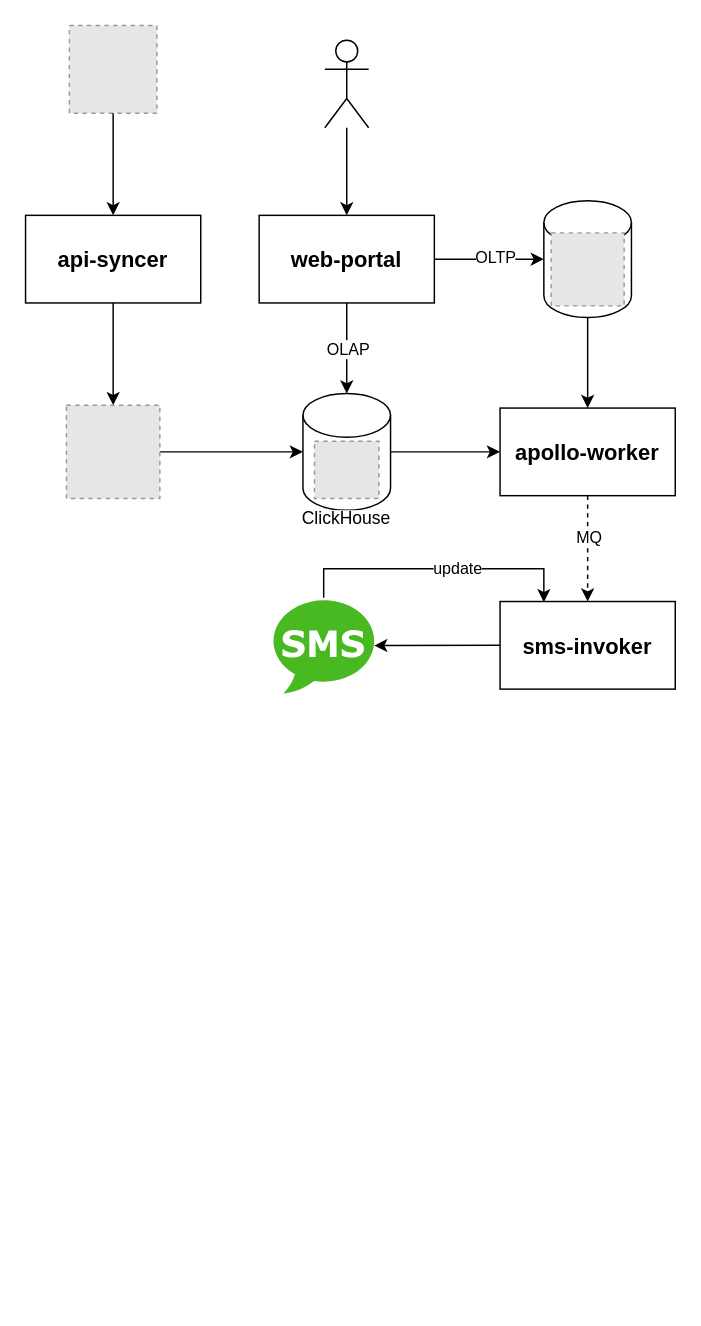
The draw.io diagram apollo.drawio in DouTiao-Tech/apollo-marketing, before the edit. Source tidied: cells renumbered, new cells numbered last; positions are measured from the earlier drawing's top-left corner, leaving out a move shared by most shapes. Both pictures are drawn from the tidied source at 146%, with x=0, y=0 at pixel (25, 25). Pictures stored in the file or linked from it are replaced by grey dashed boxes.
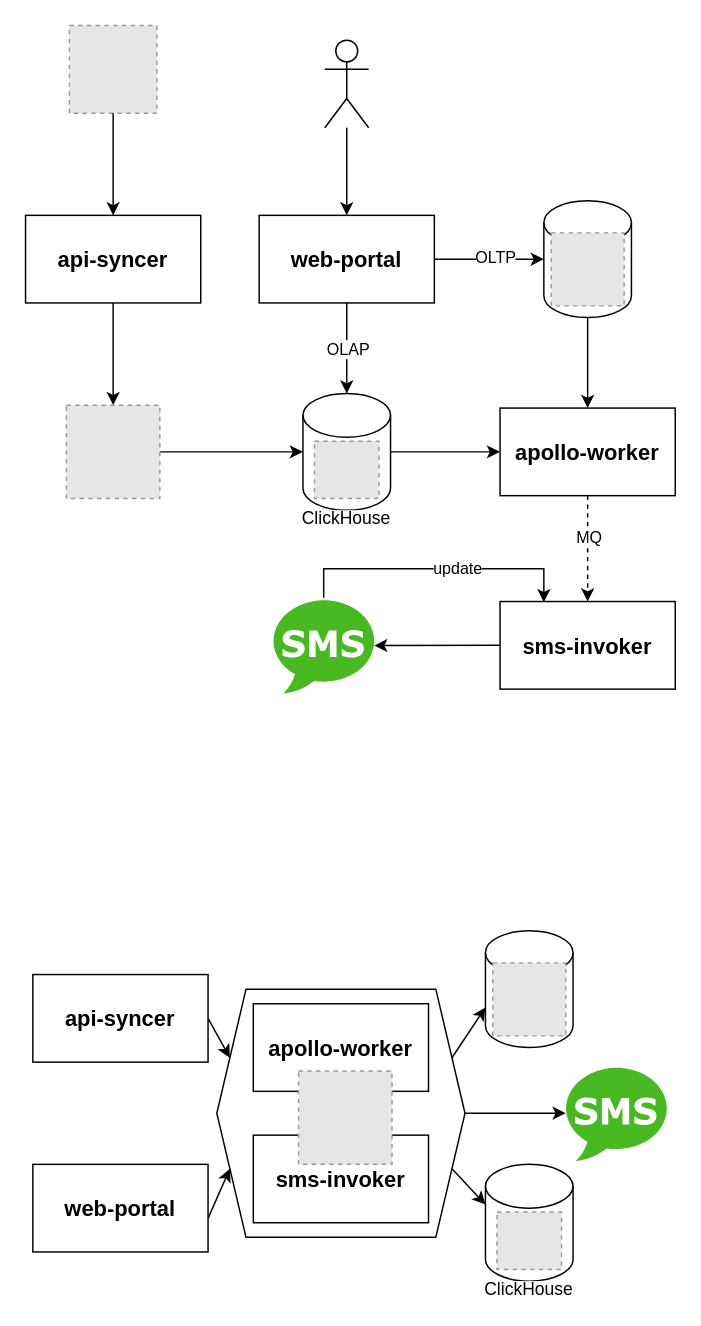
The same page after the edit.

What changed in the source:
```diff
@@
+    <mxCell id="29" style="edgeStyle=none;rounded=0;jettySize=auto;html=1;exitX=1;exitY=0.75;exitDx=0;exitDy=0;entryX=0;entryY=0;entryDx=0;entryDy=27.5;entryPerimeter=0;" parent="1" edge="1" source="32" target="40">
+      <mxGeometry relative="1" as="geometry" />
+    </mxCell>
+    <mxCell id="30" style="edgeStyle=none;rounded=0;jettySize=auto;html=1;exitX=1;exitY=0.25;exitDx=0;exitDy=0;entryX=0;entryY=0;entryDx=0;entryDy=52.5;entryPerimeter=0;" parent="1" edge="1" source="32" target="42">
+      <mxGeometry relative="1" as="geometry" />
+    </mxCell>
+    <mxCell id="31" style="edgeStyle=none;rounded=0;jettySize=auto;html=1;exitX=1;exitY=0.5;exitDx=0;exitDy=0;" parent="1" edge="1" source="32" target="44">
+      <mxGeometry relative="1" as="geometry" />
+    </mxCell>
+    <mxCell id="32" style="shape=hexagon;perimeter=hexagonPerimeter2;whiteSpace=wrap;html=1;fixedSize=1;" parent="1" vertex="1">
+      <mxGeometry x="131" y="660" width="170" height="170" as="geometry" />
+    </mxCell>
+    <mxCell id="33" style="rounded=0;jettySize=auto;html=1;entryX=0;entryY=0.25;entryDx=0;entryDy=0;exitX=1;exitY=0.5;exitDx=0;exitDy=0;" parent="1" edge="1" source="34" target="32">
+      <mxGeometry relative="1" as="geometry" />
+    </mxCell>
+    <mxCell id="34" value="api-syncer" style="rounded=0;whiteSpace=wrap;html=1;fontSize=15;fontStyle=1;" parent="1" vertex="1">
+      <mxGeometry x="5" y="650" width="120" height="60" as="geometry" />
+    </mxCell>
+    <mxCell id="35" style="edgeStyle=none;rounded=0;jettySize=auto;html=1;entryX=0;entryY=0.75;entryDx=0;entryDy=0;exitX=1;exitY=0.617;exitDx=0;exitDy=0;exitPerimeter=0;" parent="1" edge="1" source="36" target="32">
+      <mxGeometry relative="1" as="geometry" />
+    </mxCell>
+    <mxCell id="36" value="web-portal" style="rounded=0;whiteSpace=wrap;html=1;fontSize=15;fontStyle=1;" parent="1" vertex="1">
+      <mxGeometry x="5" y="780" width="120" height="60" as="geometry" />
+    </mxCell>
+    <mxCell id="37" value="apollo-worker" style="rounded=0;whiteSpace=wrap;html=1;fontSize=15;fontStyle=1;" parent="1" vertex="1">
+      <mxGeometry x="156" y="670" width="120" height="60" as="geometry" />
+    </mxCell>
+    <mxCell id="38" value="sms-invoker" style="rounded=0;whiteSpace=wrap;html=1;fontSize=15;fontStyle=1;" parent="1" vertex="1">
+      <mxGeometry x="156" y="760" width="120" height="60" as="geometry" />
+    </mxCell>
+    <mxCell id="39" style="fillColor=#E6E6E6;strokeColor=#999999;dashed=1;verticalLabelPosition=bottom;labelBackgroundColor=#ffffff;verticalAlign=top;" parent="1" vertex="1">
+      <mxGeometry x="187" y="716" width="64" height="64" as="geometry" />
+    </mxCell>
+    <mxCell id="40" style="shape=cylinder3;whiteSpace=wrap;html=1;boundedLbl=1;backgroundOutline=1;size=15;" parent="1" vertex="1">
+      <mxGeometry x="315" y="780" width="60" height="80" as="geometry" />
+    </mxCell>
+    <mxCell id="41" value="ClickHouse" style="fillColor=#E6E6E6;strokeColor=#999999;dashed=1;verticalLabelPosition=bottom;labelBackgroundColor=#ffffff;verticalAlign=top;" parent="1" vertex="1">
+      <mxGeometry x="322.9" y="812.7" width="44.2" height="39.3" as="geometry" />
+    </mxCell>
+    <mxCell id="42" style="shape=cylinder3;whiteSpace=wrap;html=1;boundedLbl=1;backgroundOutline=1;size=15;" parent="1" vertex="1">
+      <mxGeometry x="315" y="620" width="60" height="80" as="geometry" />
+    </mxCell>
+    <mxCell id="43" style="fillColor=#E6E6E6;strokeColor=#999999;dashed=1;html=1;verticalAlign=top;verticalLabelPosition=bottom;labelBackgroundColor=#ffffff;" parent="1" vertex="1">
+      <mxGeometry x="320" y="642" width="50" height="50" as="geometry" />
+    </mxCell>
+    <mxCell id="44" style="dashed=0;outlineConnect=0;html=1;align=center;labelPosition=center;verticalLabelPosition=bottom;verticalAlign=top;shape=mxgraph.weblogos.sms;fillColor=#48B921;strokeColor=none;fontSize=15;" parent="1" vertex="1">
+      <mxGeometry x="370" y="712.2" width="69.2" height="65.5" as="geometry" />
+    </mxCell>
```
